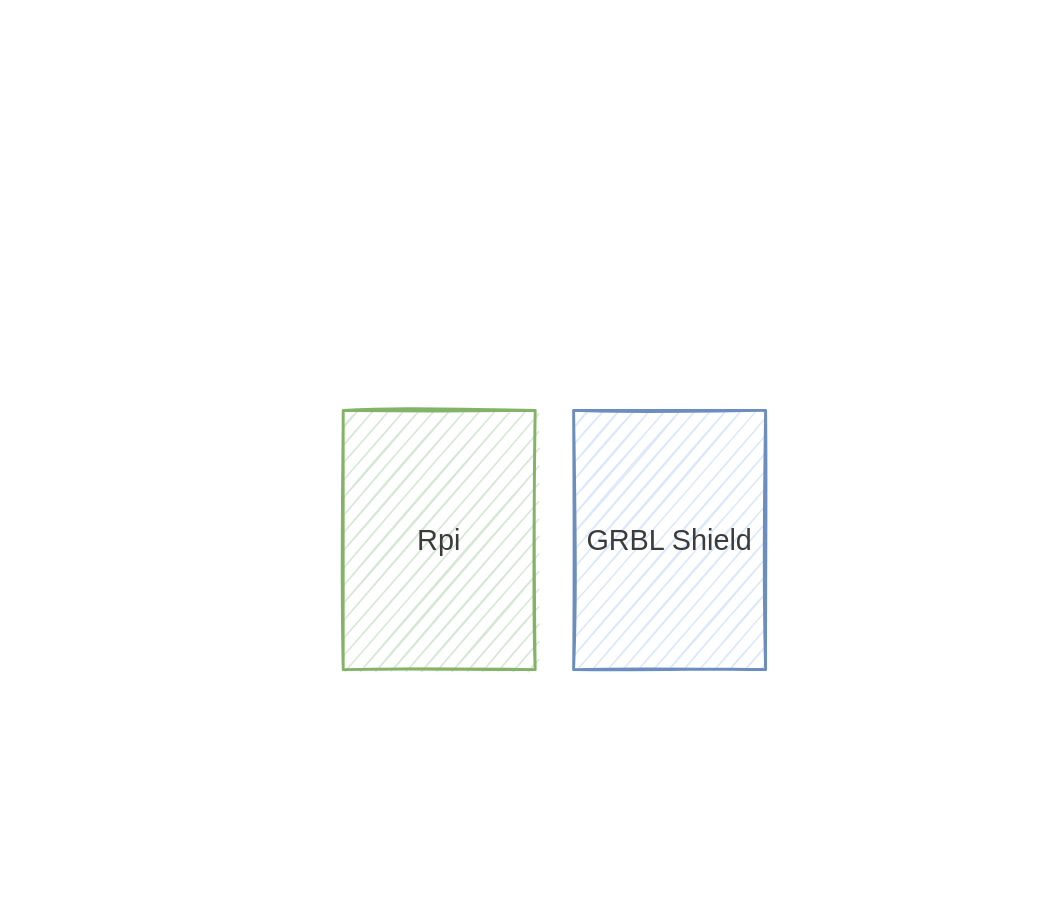
Earlier version of the draw.io diagram Untitled Diagram.drawio (DoggeBoi/Led_matirx-_clock). Source tidied: cells renumbered, new cells numbered last; positions are measured from the earlier drawing's top-left corner, leaving out a move shared by most shapes. Both pictures are drawn from the tidied source at 96%, with x=0, y=0 at pixel (343, 410).
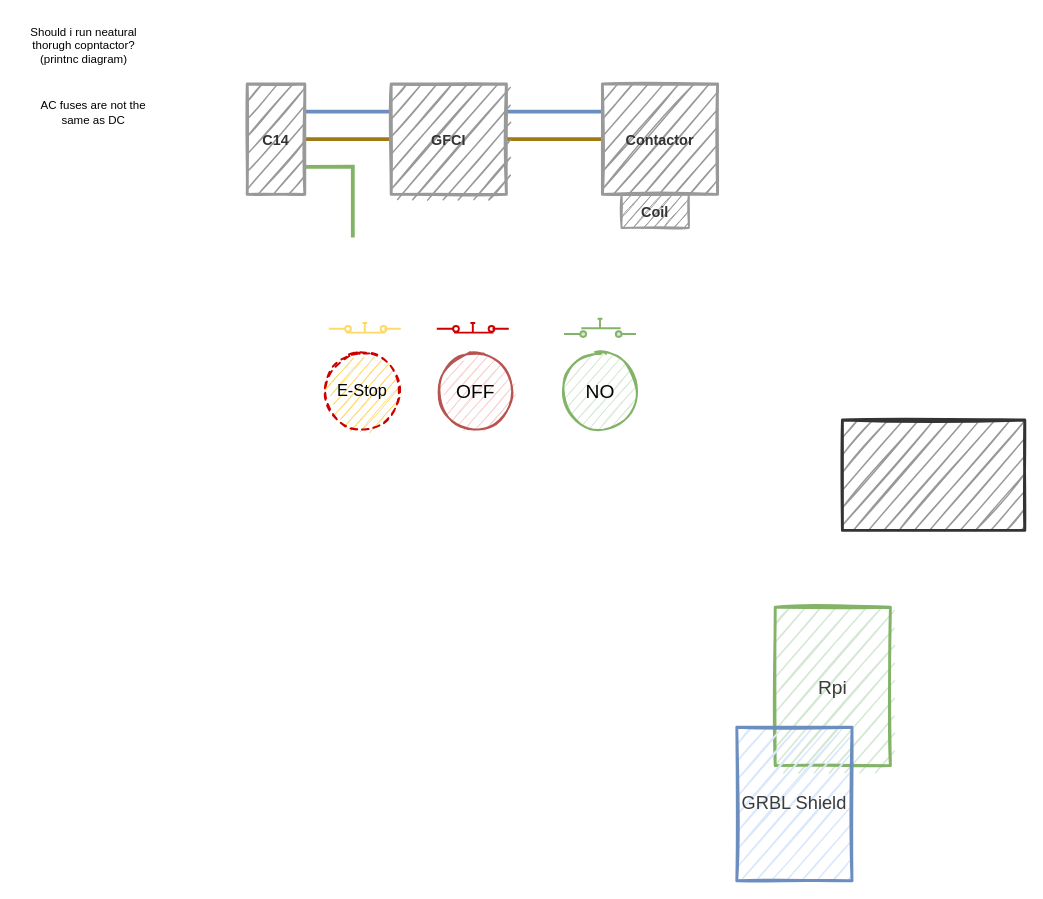
The same page after the edit.

Diff of the diagram source:
```diff
@@
-    <mxCell id="2" value="&lt;font style=&quot;font-size: 30px&quot; color=&quot;#3b3b3b&quot;&gt;Rpi&lt;/font&gt;" style="rounded=0;whiteSpace=wrap;html=1;fillColor=#d5e8d4;strokeColor=#82b366;sketch=1;strokeWidth=3;" parent="1" vertex="1">
-      <mxGeometry width="200" height="270" as="geometry" />
+    <mxCell id="2" value="&lt;font style=&quot;font-size: 20px&quot; color=&quot;#3b3b3b&quot;&gt;Rpi&lt;/font&gt;" style="rounded=0;whiteSpace=wrap;html=1;fillColor=#d5e8d4;strokeColor=#82b366;sketch=1;strokeWidth=3;" parent="1" vertex="1">
+      <mxGeometry x="450" y="205" width="120" height="165" as="geometry" />
     </mxCell>
-    <mxCell id="3" value="&lt;font style=&quot;font-size: 30px&quot; color=&quot;#3b3b3b&quot;&gt;GRBL Shield&lt;br&gt;&lt;/font&gt;" style="rounded=0;whiteSpace=wrap;html=1;fillColor=#dae8fc;strokeColor=#6c8ebf;sketch=1;strokeWidth=3;" parent="1" vertex="1">
-      <mxGeometry x="240" width="200" height="270" as="geometry" />
+    <mxCell id="3" value="&lt;font color=&quot;#3b3b3b&quot;&gt;&lt;font style=&quot;font-size: 19px&quot;&gt;GRBL Shield&lt;/font&gt;&lt;br&gt;&lt;/font&gt;" style="rounded=0;whiteSpace=wrap;html=1;fillColor=#dae8fc;strokeColor=#6c8ebf;sketch=1;strokeWidth=3;" parent="1" vertex="1">
+      <mxGeometry x="410" y="330" width="120" height="160" as="geometry" />
     </mxCell>
+    <mxCell id="4" style="rounded=0;whiteSpace=wrap;html=1;sketch=1;strokeWidth=3;fontColor=#333333;fillColor=#999999;strokeColor=#333333;" parent="1" vertex="1">
+      <mxGeometry x="520" y="10" width="190" height="115" as="geometry" />
+    </mxCell>
+    <mxCell id="5" style="edgeStyle=none;rounded=0;sketch=0;jettySize=auto;html=1;exitX=1;exitY=0.25;exitDx=0;exitDy=0;entryX=0;entryY=0.25;entryDx=0;entryDy=0;strokeColor=#6c8ebf;strokeWidth=4;endArrow=none;endFill=0;fillColor=#dae8fc;" parent="1" edge="1" source="8" target="11">
+      <mxGeometry relative="1" as="geometry" />
+    </mxCell>
+    <mxCell id="6" style="edgeStyle=none;rounded=0;sketch=0;jettySize=auto;html=1;exitX=1;exitY=0.5;exitDx=0;exitDy=0;entryX=0;entryY=0.5;entryDx=0;entryDy=0;strokeWidth=4;endArrow=none;endFill=0;strokeColor=#9E7915;" parent="1" edge="1" source="8" target="11">
+      <mxGeometry relative="1" as="geometry" />
+    </mxCell>
+    <mxCell id="7" style="edgeStyle=none;rounded=0;sketch=0;jettySize=auto;html=1;exitX=1;exitY=0.75;exitDx=0;exitDy=0;endArrow=none;endFill=0;strokeColor=#82b366;strokeWidth=4;fillColor=#d5e8d4;jumpStyle=none;" parent="1" edge="1" source="8">
+      <mxGeometry relative="1" as="geometry">
+        <mxPoint x="10" y="-180" as="targetPoint" />
+        <Array as="points">
+          <mxPoint x="10" y="-254" />
+        </Array>
+      </mxGeometry>
+    </mxCell>
+    <mxCell id="8" value="&lt;font style=&quot;font-size: 15px&quot;&gt;&lt;b&gt;C14&lt;/b&gt;&lt;/font&gt;" style="rounded=0;whiteSpace=wrap;html=1;sketch=1;strokeWidth=3;fontColor=#333333;fillColor=#999999;strokeColor=#999999;" parent="1" vertex="1">
+      <mxGeometry x="-100" y="-340" width="60" height="115" as="geometry" />
+    </mxCell>
+    <mxCell id="9" style="edgeStyle=none;rounded=0;sketch=0;jumpStyle=none;jettySize=auto;html=1;exitX=1;exitY=0.25;exitDx=0;exitDy=0;entryX=0;entryY=0.25;entryDx=0;entryDy=0;endArrow=none;endFill=0;strokeColor=#6c8ebf;strokeWidth=4;fillColor=#dae8fc;" parent="1" edge="1" source="11" target="13">
+      <mxGeometry relative="1" as="geometry" />
+    </mxCell>
+    <mxCell id="10" style="edgeStyle=none;rounded=0;sketch=0;jumpStyle=none;jettySize=auto;html=1;exitX=1;exitY=0.5;exitDx=0;exitDy=0;entryX=0;entryY=0.5;entryDx=0;entryDy=0;endArrow=none;endFill=0;strokeColor=#9E7915;strokeWidth=4;" parent="1" edge="1" source="11" target="13">
+      <mxGeometry relative="1" as="geometry" />
+    </mxCell>
+    <mxCell id="11" value="&lt;span style=&quot;font-size: 15px&quot;&gt;&lt;b&gt;GFCI&lt;/b&gt;&lt;/span&gt;" style="rounded=0;whiteSpace=wrap;html=1;sketch=1;strokeWidth=3;fontColor=#333333;fillColor=#999999;strokeColor=#999999;perimeterSpacing=0;" parent="1" vertex="1">
+      <mxGeometry x="50" y="-340" width="120" height="115" as="geometry" />
+    </mxCell>
+    <mxCell id="12" value="Should i run neatural thorugh copntactor? (printnc diagram)" style="text;html=1;strokeColor=none;fillColor=none;align=center;verticalAlign=middle;whiteSpace=wrap;rounded=0;sketch=1;" parent="1" vertex="1">
+      <mxGeometry x="-340" y="-410" width="140" height="60" as="geometry" />
+    </mxCell>
+    <mxCell id="13" value="&lt;span style=&quot;font-size: 15px&quot;&gt;&lt;b&gt;Contactor&lt;/b&gt;&lt;/span&gt;" style="rounded=0;whiteSpace=wrap;html=1;sketch=1;strokeWidth=3;fontColor=#333333;fillColor=#999999;strokeColor=#999999;perimeterSpacing=0;" parent="1" vertex="1">
+      <mxGeometry x="270" y="-340" width="120" height="115" as="geometry" />
+    </mxCell>
+    <mxCell id="14" value="AC fuses are not the same as DC" style="text;html=1;strokeColor=none;fillColor=none;align=center;verticalAlign=middle;whiteSpace=wrap;rounded=0;sketch=1;" parent="1" vertex="1">
+      <mxGeometry x="-330" y="-340" width="140" height="60" as="geometry" />
+    </mxCell>
+    <mxCell id="15" value="&lt;span style=&quot;font-size: 15px&quot;&gt;&lt;b&gt;Coil&lt;br&gt;&lt;/b&gt;&lt;/span&gt;" style="rounded=0;whiteSpace=wrap;html=1;sketch=1;strokeWidth=2;fontColor=#333333;fillColor=#999999;strokeColor=#999999;perimeterSpacing=0;" parent="1" vertex="1">
+      <mxGeometry x="290" y="-225" width="70" height="35" as="geometry" />
+    </mxCell>
+    <mxCell id="16" value="&lt;span style=&quot;font-size: 20px&quot;&gt;OFF&lt;/span&gt;" style="ellipse;whiteSpace=wrap;html=1;sketch=1;strokeColor=#b85450;strokeWidth=2;fillColor=#f8cecc;" parent="1" vertex="1">
+      <mxGeometry x="97.5" y="-60" width="80" height="80" as="geometry" />
+    </mxCell>
+    <mxCell id="17" value="&lt;font style=&quot;font-size: 20px&quot;&gt;NO&lt;/font&gt;" style="ellipse;whiteSpace=wrap;html=1;sketch=1;strokeColor=#82b366;strokeWidth=2;fillColor=#d5e8d4;" parent="1" vertex="1">
+      <mxGeometry x="227.5" y="-60" width="80" height="80" as="geometry" />
+    </mxCell>
+    <mxCell id="18" value="&lt;font style=&quot;font-size: 17px&quot;&gt;E-Stop&lt;/font&gt;" style="ellipse;whiteSpace=wrap;html=1;sketch=1;strokeWidth=2;fillColor=#FFD966;strokeColor=#CC0000;dashed=1;" parent="1" vertex="1">
+      <mxGeometry x="-20" y="-60" width="80" height="80" as="geometry" />
+    </mxCell>
+    <mxCell id="19" style="verticalLabelPosition=bottom;shadow=0;dashed=0;align=center;html=1;verticalAlign=top;shape=mxgraph.electrical.electro-mechanical.push_switch_no;sketch=0;strokeColor=#82b366;strokeWidth=2;fillColor=#d5e8d4;" parent="1" vertex="1">
+      <mxGeometry x="230" y="-95.5" width="75" height="19" as="geometry" />
+    </mxCell>
+    <mxCell id="20" style="verticalLabelPosition=bottom;shadow=0;dashed=0;align=center;html=1;verticalAlign=top;shape=mxgraph.electrical.electro-mechanical.push_switch_nc;sketch=0;strokeWidth=2;strokeColor=#CC0000;fillColor=none;" parent="1" vertex="1">
+      <mxGeometry x="97.5" y="-91" width="75" height="10" as="geometry" />
+    </mxCell>
+    <mxCell id="21" style="verticalLabelPosition=bottom;shadow=0;dashed=0;align=center;html=1;verticalAlign=top;shape=mxgraph.electrical.electro-mechanical.push_switch_nc;sketch=0;strokeWidth=2;strokeColor=#FFD966;fillColor=none;" parent="1" vertex="1">
+      <mxGeometry x="-15" y="-91" width="75" height="10" as="geometry" />
+    </mxCell>
```
